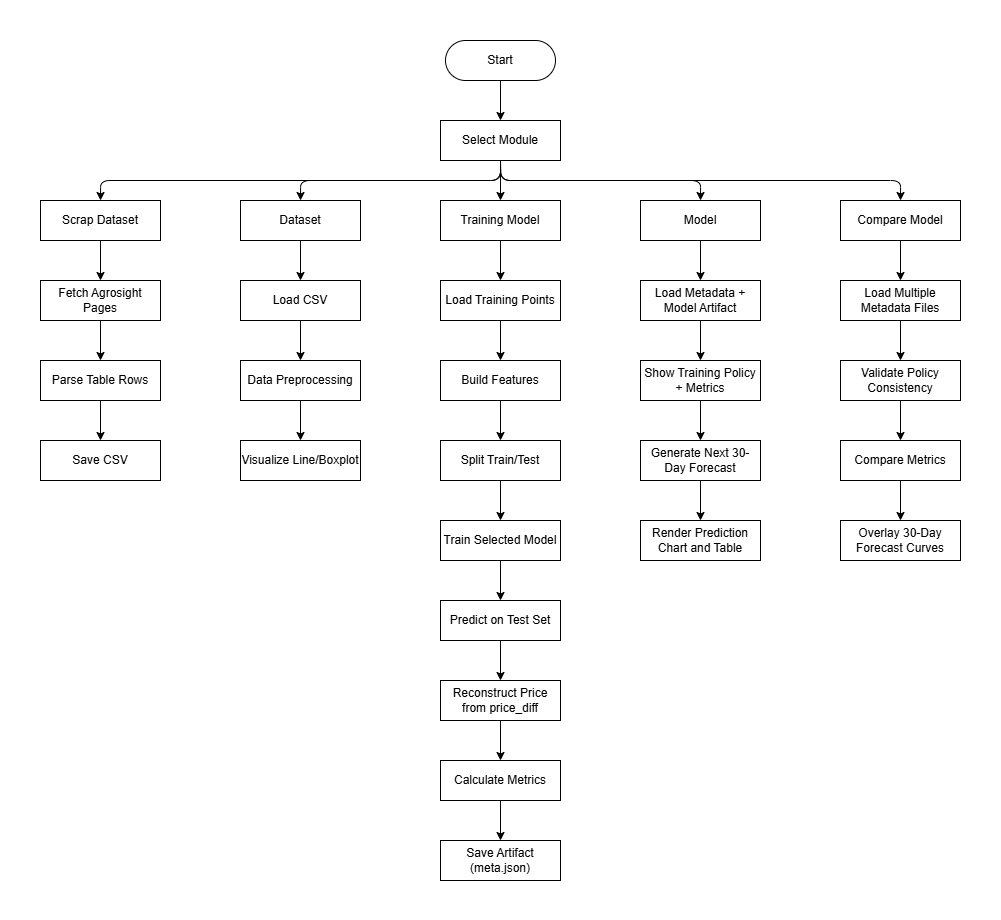
Before: system_documents/system_flow.png, a diagram exported from draw.io (aung-khantkyaw/crop-price-prediction). Source tidied: cells renumbered, new cells last; positions are measured from the earlier drawing's top-left corner, leaving out a move shared by most shapes. Its diagram source:
```xml
<mxGraphModel>
  <root>
    <mxCell id="0" />
    <mxCell id="1" parent="0" />
    <mxCell id="2" style="rounded=0;whiteSpace=wrap;html=1;strokeColor=none;" parent="1" vertex="1">
      <mxGeometry width="1000" height="920" as="geometry" />
    </mxCell>
    <mxCell id="3" value="Start" style="rounded=1;whiteSpace=wrap;html=1;arcSize=50;" parent="1" vertex="1">
      <mxGeometry x="445" y="40" width="110" height="40" as="geometry" />
    </mxCell>
    <mxCell id="4" value="Select Module" style="rounded=0;whiteSpace=wrap;html=1;" parent="1" vertex="1">
      <mxGeometry x="440" y="120" width="120" height="40" as="geometry" />
    </mxCell>
    <mxCell id="5" style="endArrow=classic;html=1;exitX=0.5;exitY=1;exitDx=0;exitDy=0;entryX=0.5;entryY=0;entryDx=0;entryDy=0;" parent="1" edge="1" source="3" target="4">
      <mxGeometry relative="1" as="geometry" />
    </mxCell>
    <mxCell id="6" value="Training Model" style="rounded=0;whiteSpace=wrap;html=1;" parent="1" vertex="1">
      <mxGeometry x="440" y="200" width="120" height="40" as="geometry" />
    </mxCell>
    <mxCell id="7" value="Dataset" style="rounded=0;whiteSpace=wrap;html=1;" parent="1" vertex="1">
      <mxGeometry x="240" y="200" width="120" height="40" as="geometry" />
    </mxCell>
    <mxCell id="8" value="Model" style="rounded=0;whiteSpace=wrap;html=1;" parent="1" vertex="1">
      <mxGeometry x="640" y="200" width="120" height="40" as="geometry" />
    </mxCell>
    <mxCell id="9" value="Compare Model" style="rounded=0;whiteSpace=wrap;html=1;" parent="1" vertex="1">
      <mxGeometry x="840" y="200" width="120" height="40" as="geometry" />
    </mxCell>
    <mxCell id="10" value="Scrap Dataset" style="rounded=0;whiteSpace=wrap;html=1;" parent="1" vertex="1">
      <mxGeometry x="40" y="200" width="120" height="40" as="geometry" />
    </mxCell>
    <mxCell id="11" style="endArrow=classic;html=1;exitX=0.5;exitY=1;exitDx=0;exitDy=0;entryX=0.5;entryY=0;entryDx=0;entryDy=0;edgeStyle=orthogonalEdgeStyle;" parent="1" edge="1" source="4" target="10">
      <mxGeometry relative="1" as="geometry" />
    </mxCell>
    <mxCell id="12" style="endArrow=classic;html=1;exitX=0.5;exitY=1;exitDx=0;exitDy=0;entryX=0.5;entryY=0;entryDx=0;entryDy=0;edgeStyle=orthogonalEdgeStyle;" parent="1" edge="1" source="4" target="7">
      <mxGeometry relative="1" as="geometry" />
    </mxCell>
    <mxCell id="13" style="endArrow=classic;html=1;exitX=0.5;exitY=1;exitDx=0;exitDy=0;entryX=0.5;entryY=0;entryDx=0;entryDy=0;edgeStyle=orthogonalEdgeStyle;" parent="1" edge="1" source="4" target="6">
      <mxGeometry relative="1" as="geometry" />
    </mxCell>
    <mxCell id="14" style="endArrow=classic;html=1;exitX=0.5;exitY=1;exitDx=0;exitDy=0;entryX=0.5;entryY=0;entryDx=0;entryDy=0;edgeStyle=orthogonalEdgeStyle;" parent="1" edge="1" source="4" target="8">
      <mxGeometry relative="1" as="geometry" />
    </mxCell>
    <mxCell id="15" style="endArrow=classic;html=1;exitX=0.5;exitY=1;exitDx=0;exitDy=0;entryX=0.5;entryY=0;entryDx=0;entryDy=0;edgeStyle=orthogonalEdgeStyle;" parent="1" edge="1" source="4" target="9">
      <mxGeometry relative="1" as="geometry" />
    </mxCell>
    <mxCell id="16" value="Fetch Agrosight Pages" style="rounded=0;whiteSpace=wrap;html=1;" parent="1" vertex="1">
      <mxGeometry x="40" y="280" width="120" height="40" as="geometry" />
    </mxCell>
    <mxCell id="17" value="Parse Table Rows" style="rounded=0;whiteSpace=wrap;html=1;" parent="1" vertex="1">
      <mxGeometry x="40" y="360" width="120" height="40" as="geometry" />
    </mxCell>
    <mxCell id="18" value="Save CSV" style="rounded=0;whiteSpace=wrap;html=1;" parent="1" vertex="1">
      <mxGeometry x="40" y="440" width="120" height="40" as="geometry" />
    </mxCell>
    <mxCell id="19" value="Load CSV&lt;span style=&quot;font-family: monospace; font-size: 0px; text-align: start; text-wrap-mode: nowrap;&quot;&gt;%3CmxGraphModel%3E%3Croot%3E%3CmxCell%20id%3D%220%22%2F%3E%3CmxCell%20id%3D%221%22%20parent%3D%220%22%2F%3E%3CmxCell%20id%3D%222%22%20value%3D%22Save%20CSV%22%20style%3D%22rounded%3D0%3BwhiteSpace%3Dwrap%3Bhtml%3D1%3B%22%20vertex%3D%221%22%20parent%3D%221%22%3E%3CmxGeometry%20y%3D%22640%22%20width%3D%22120%22%20height%3D%2240%22%20as%3D%22geometry%22%2F%3E%3C%2FmxCell%3E%3C%2Froot%3E%3C%2FmxGraphModel%3E&lt;/span&gt;" style="rounded=0;whiteSpace=wrap;html=1;" parent="1" vertex="1">
      <mxGeometry x="240" y="280" width="120" height="40" as="geometry" />
    </mxCell>
    <mxCell id="20" value="Data Preprocessing" style="rounded=0;whiteSpace=wrap;html=1;" parent="1" vertex="1">
      <mxGeometry x="240" y="360" width="120" height="40" as="geometry" />
    </mxCell>
    <mxCell id="21" value="Visualize Line/Boxplot" style="rounded=0;whiteSpace=wrap;html=1;" parent="1" vertex="1">
      <mxGeometry x="240" y="440" width="120" height="40" as="geometry" />
    </mxCell>
    <mxCell id="22" value="Load Training Points" style="rounded=0;whiteSpace=wrap;html=1;" parent="1" vertex="1">
      <mxGeometry x="440" y="280" width="120" height="40" as="geometry" />
    </mxCell>
    <mxCell id="23" value="Build Features" style="rounded=0;whiteSpace=wrap;html=1;" parent="1" vertex="1">
      <mxGeometry x="440" y="360" width="120" height="40" as="geometry" />
    </mxCell>
    <mxCell id="24" value="Split Train/Test" style="rounded=0;whiteSpace=wrap;html=1;" parent="1" vertex="1">
      <mxGeometry x="440" y="440" width="120" height="40" as="geometry" />
    </mxCell>
    <mxCell id="25" value="Train Selected Model" style="rounded=0;whiteSpace=wrap;html=1;" parent="1" vertex="1">
      <mxGeometry x="440" y="520" width="120" height="40" as="geometry" />
    </mxCell>
    <mxCell id="26" value="Predict on Test Set" style="rounded=0;whiteSpace=wrap;html=1;" parent="1" vertex="1">
      <mxGeometry x="440" y="600" width="120" height="40" as="geometry" />
    </mxCell>
    <mxCell id="27" value="Reconstruct Price from price_diff" style="rounded=0;whiteSpace=wrap;html=1;" parent="1" vertex="1">
      <mxGeometry x="440" y="680" width="120" height="40" as="geometry" />
    </mxCell>
    <mxCell id="28" value="Calculate Metrics" style="rounded=0;whiteSpace=wrap;html=1;" parent="1" vertex="1">
      <mxGeometry x="440" y="760" width="120" height="40" as="geometry" />
    </mxCell>
    <mxCell id="29" value="Save Artifact (meta.json)" style="rounded=0;whiteSpace=wrap;html=1;" parent="1" vertex="1">
      <mxGeometry x="440" y="840" width="120" height="40" as="geometry" />
    </mxCell>
    <mxCell id="30" value="Load Metadata + Model Artifact" style="rounded=0;whiteSpace=wrap;html=1;" parent="1" vertex="1">
      <mxGeometry x="640" y="280" width="120" height="40" as="geometry" />
    </mxCell>
    <mxCell id="31" value="Show Training Policy + Metrics" style="rounded=0;whiteSpace=wrap;html=1;" parent="1" vertex="1">
      <mxGeometry x="640" y="360" width="120" height="40" as="geometry" />
    </mxCell>
    <mxCell id="32" value="Generate Next 30-Day Forecast" style="rounded=0;whiteSpace=wrap;html=1;" parent="1" vertex="1">
      <mxGeometry x="640" y="440" width="120" height="40" as="geometry" />
    </mxCell>
    <mxCell id="33" value="Render Prediction Chart and Table" style="rounded=0;whiteSpace=wrap;html=1;" parent="1" vertex="1">
      <mxGeometry x="640" y="520" width="120" height="40" as="geometry" />
    </mxCell>
    <mxCell id="34" value="Load Multiple Metadata Files" style="rounded=0;whiteSpace=wrap;html=1;" parent="1" vertex="1">
      <mxGeometry x="840" y="280" width="120" height="40" as="geometry" />
    </mxCell>
    <mxCell id="35" value="Validate Policy Consistency" style="rounded=0;whiteSpace=wrap;html=1;" parent="1" vertex="1">
      <mxGeometry x="840" y="360" width="120" height="40" as="geometry" />
    </mxCell>
    <mxCell id="36" value="Compare Metrics" style="rounded=0;whiteSpace=wrap;html=1;" parent="1" vertex="1">
      <mxGeometry x="840" y="440" width="120" height="40" as="geometry" />
    </mxCell>
    <mxCell id="37" value="Overlay 30-Day Forecast Curves" style="rounded=0;whiteSpace=wrap;html=1;" parent="1" vertex="1">
      <mxGeometry x="840" y="520" width="120" height="40" as="geometry" />
    </mxCell>
    <mxCell id="38" style="endArrow=classic;html=1;exitX=0.5;exitY=1;exitDx=0;exitDy=0;entryX=0.5;entryY=0;entryDx=0;entryDy=0;" parent="1" edge="1" source="10" target="16">
      <mxGeometry relative="1" as="geometry" />
    </mxCell>
    <mxCell id="39" style="endArrow=classic;html=1;exitX=0.5;exitY=1;exitDx=0;exitDy=0;entryX=0.5;entryY=0;entryDx=0;entryDy=0;" parent="1" edge="1" source="7" target="19">
      <mxGeometry relative="1" as="geometry" />
    </mxCell>
    <mxCell id="40" style="endArrow=classic;html=1;exitX=0.5;exitY=1;exitDx=0;exitDy=0;" parent="1" edge="1" source="6" target="22">
      <mxGeometry relative="1" as="geometry" />
    </mxCell>
    <mxCell id="41" style="endArrow=classic;html=1;exitX=0.5;exitY=1;exitDx=0;exitDy=0;entryX=0.5;entryY=0;entryDx=0;entryDy=0;" parent="1" edge="1" source="16" target="17">
      <mxGeometry relative="1" as="geometry" />
    </mxCell>
    <mxCell id="42" style="endArrow=classic;html=1;exitX=0.5;exitY=1;exitDx=0;exitDy=0;" parent="1" edge="1" source="19" target="20">
      <mxGeometry relative="1" as="geometry" />
    </mxCell>
    <mxCell id="43" style="endArrow=classic;html=1;exitX=0.5;exitY=1;exitDx=0;exitDy=0;" parent="1" edge="1" source="22" target="23">
      <mxGeometry relative="1" as="geometry" />
    </mxCell>
    <mxCell id="44" style="endArrow=classic;html=1;exitX=0.5;exitY=1;exitDx=0;exitDy=0;" parent="1" edge="1" source="17" target="18">
      <mxGeometry relative="1" as="geometry" />
    </mxCell>
    <mxCell id="45" style="endArrow=classic;html=1;exitX=0.5;exitY=1;exitDx=0;exitDy=0;entryX=0.5;entryY=0;entryDx=0;entryDy=0;" parent="1" edge="1" source="20" target="21">
      <mxGeometry relative="1" as="geometry" />
    </mxCell>
    <mxCell id="46" style="endArrow=classic;html=1;exitX=0.5;exitY=1;exitDx=0;exitDy=0;" parent="1" edge="1" source="23" target="24">
      <mxGeometry relative="1" as="geometry" />
    </mxCell>
    <mxCell id="47" style="endArrow=classic;html=1;exitX=0.5;exitY=1;exitDx=0;exitDy=0;entryX=0.5;entryY=0;entryDx=0;entryDy=0;" parent="1" edge="1" source="24" target="25">
      <mxGeometry relative="1" as="geometry" />
    </mxCell>
    <mxCell id="48" style="endArrow=classic;html=1;exitX=0.5;exitY=1;exitDx=0;exitDy=0;entryX=0.5;entryY=0;entryDx=0;entryDy=0;" parent="1" edge="1" source="25" target="26">
      <mxGeometry relative="1" as="geometry" />
    </mxCell>
    <mxCell id="49" style="endArrow=classic;html=1;exitX=0.5;exitY=1;exitDx=0;exitDy=0;entryX=0.5;entryY=0;entryDx=0;entryDy=0;" parent="1" edge="1" source="26" target="27">
      <mxGeometry relative="1" as="geometry" />
    </mxCell>
    <mxCell id="50" style="endArrow=classic;html=1;exitX=0.5;exitY=1;exitDx=0;exitDy=0;entryX=0.5;entryY=0;entryDx=0;entryDy=0;" parent="1" edge="1" source="27" target="28">
      <mxGeometry relative="1" as="geometry" />
    </mxCell>
    <mxCell id="51" style="endArrow=classic;html=1;entryX=0.5;entryY=0;entryDx=0;entryDy=0;exitX=0.5;exitY=1;exitDx=0;exitDy=0;" parent="1" edge="1" source="28" target="29">
      <mxGeometry relative="1" as="geometry" />
    </mxCell>
    <mxCell id="52" style="endArrow=classic;html=1;exitX=0.5;exitY=1;exitDx=0;exitDy=0;" parent="1" edge="1" source="32" target="33">
      <mxGeometry relative="1" as="geometry" />
    </mxCell>
    <mxCell id="53" style="endArrow=classic;html=1;exitX=0.5;exitY=1;exitDx=0;exitDy=0;" parent="1" edge="1" source="31">
      <mxGeometry relative="1" as="geometry">
        <mxPoint x="700" y="440" as="targetPoint" />
      </mxGeometry>
    </mxCell>
    <mxCell id="54" style="endArrow=classic;html=1;exitX=0.5;exitY=1;exitDx=0;exitDy=0;entryX=0.5;entryY=0;entryDx=0;entryDy=0;" parent="1" edge="1" source="30" target="31">
      <mxGeometry relative="1" as="geometry" />
    </mxCell>
    <mxCell id="55" style="endArrow=classic;html=1;exitX=0.5;exitY=1;exitDx=0;exitDy=0;" parent="1" edge="1" source="8" target="30">
      <mxGeometry relative="1" as="geometry" />
    </mxCell>
    <mxCell id="56" style="endArrow=classic;html=1;exitX=0.5;exitY=1;exitDx=0;exitDy=0;entryX=0.5;entryY=0;entryDx=0;entryDy=0;" parent="1" edge="1" source="9" target="34">
      <mxGeometry relative="1" as="geometry" />
    </mxCell>
    <mxCell id="57" style="endArrow=classic;html=1;exitX=0.5;exitY=1;exitDx=0;exitDy=0;" parent="1" edge="1" source="34" target="35">
      <mxGeometry relative="1" as="geometry" />
    </mxCell>
    <mxCell id="58" style="endArrow=classic;html=1;exitX=0.5;exitY=1;exitDx=0;exitDy=0;entryX=0.5;entryY=0;entryDx=0;entryDy=0;" parent="1" edge="1" source="35" target="36">
      <mxGeometry relative="1" as="geometry" />
    </mxCell>
    <mxCell id="59" style="endArrow=classic;html=1;exitX=0.5;exitY=1;exitDx=0;exitDy=0;entryX=0.5;entryY=0;entryDx=0;entryDy=0;" parent="1" edge="1" source="36" target="37">
      <mxGeometry relative="1" as="geometry" />
    </mxCell>
  </root>
</mxGraphModel>
```
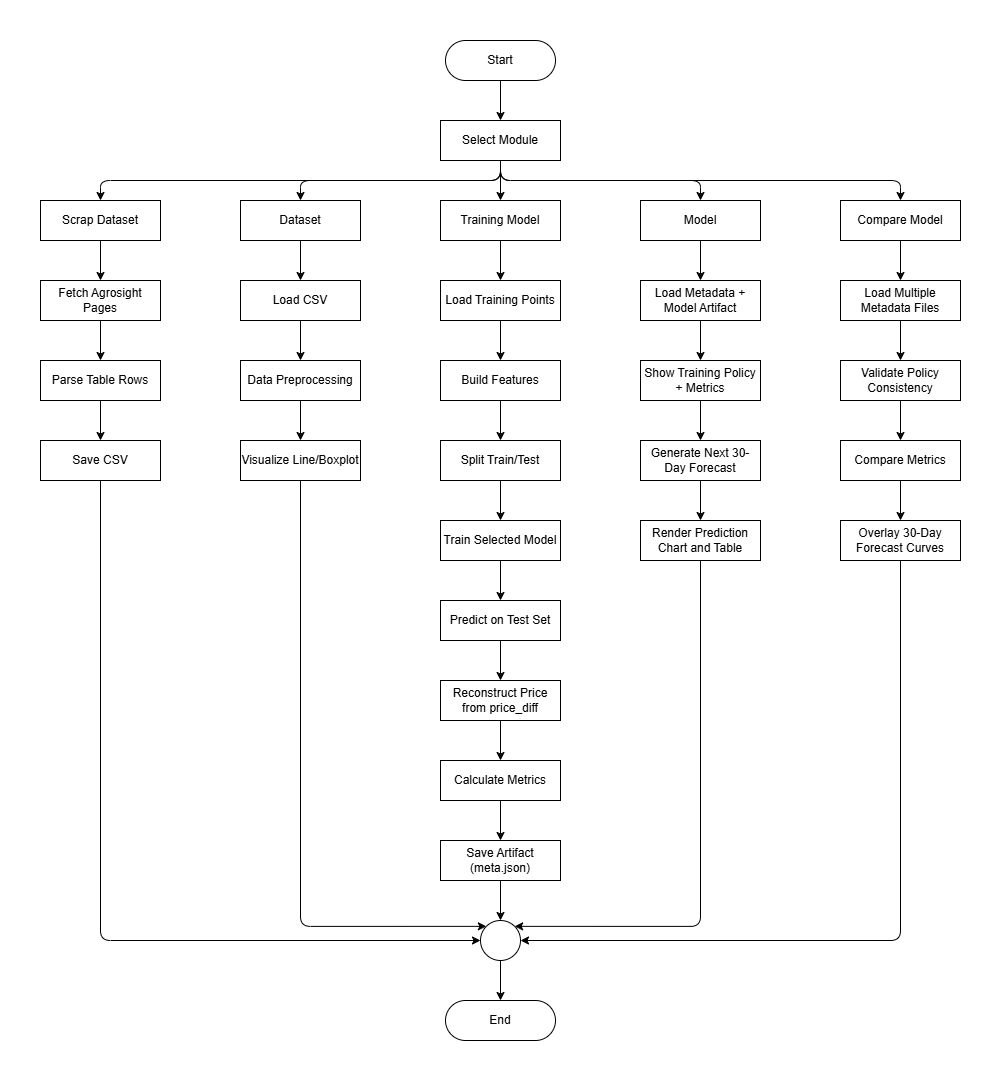
After the change.

Commit message:
Refactor system flow diagram and update training model logic

The edit, as a diff of the source:
```diff
@@ -3,7 +3,7 @@
     <mxCell id="0" />
     <mxCell id="1" parent="0" />
     <mxCell id="2" style="rounded=0;whiteSpace=wrap;html=1;strokeColor=none;" parent="1" vertex="1">
-      <mxGeometry width="1000" height="920" as="geometry" />
+      <mxGeometry width="1000" height="1080" as="geometry" />
     </mxCell>
     <mxCell id="3" value="Start" style="rounded=1;whiteSpace=wrap;html=1;arcSize=50;" parent="1" vertex="1">
       <mxGeometry x="445" y="40" width="110" height="40" as="geometry" />
@@ -178,5 +178,39 @@
     <mxCell id="59" style="endArrow=classic;html=1;exitX=0.5;exitY=1;exitDx=0;exitDy=0;entryX=0.5;entryY=0;entryDx=0;entryDy=0;" parent="1" edge="1" source="36" target="37">
       <mxGeometry relative="1" as="geometry" />
     </mxCell>
+    <mxCell id="60" value="End" style="rounded=1;whiteSpace=wrap;html=1;arcSize=50;" parent="1" vertex="1">
+      <mxGeometry x="445" y="1000" width="110" height="40" as="geometry" />
+    </mxCell>
+    <mxCell id="61" style="ellipse;whiteSpace=wrap;html=1;" parent="1" vertex="1">
+      <mxGeometry x="480" y="920" width="40" height="40" as="geometry" />
+    </mxCell>
+    <mxCell id="62" style="endArrow=classic;html=1;exitX=0.5;exitY=1;exitDx=0;exitDy=0;" parent="1" edge="1" source="29" target="61">
+      <mxGeometry relative="1" as="geometry" />
+    </mxCell>
+    <mxCell id="63" style="endArrow=classic;html=1;" parent="1" edge="1" target="60">
+      <mxGeometry relative="1" as="geometry">
+        <mxPoint x="500" y="960" as="sourcePoint" />
+      </mxGeometry>
+    </mxCell>
+    <mxCell id="64" style="endArrow=classic;html=1;exitX=0.5;exitY=1;exitDx=0;exitDy=0;entryX=0;entryY=0.5;entryDx=0;entryDy=0;edgeStyle=orthogonalEdgeStyle;" parent="1" edge="1" source="18" target="61">
+      <mxGeometry relative="1" as="geometry" />
+    </mxCell>
+    <mxCell id="65" style="endArrow=classic;html=1;exitX=0.5;exitY=1;exitDx=0;exitDy=0;entryX=0;entryY=0;entryDx=0;entryDy=0;edgeStyle=orthogonalEdgeStyle;" parent="1" edge="1" source="21" target="61">
+      <mxGeometry relative="1" as="geometry">
+        <Array as="points">
+          <mxPoint x="300" y="926" />
+        </Array>
+      </mxGeometry>
+    </mxCell>
+    <mxCell id="66" style="endArrow=classic;html=1;exitX=0.5;exitY=1;exitDx=0;exitDy=0;entryX=1;entryY=0;entryDx=0;entryDy=0;edgeStyle=orthogonalEdgeStyle;" parent="1" edge="1" source="33" target="61">
+      <mxGeometry relative="1" as="geometry">
+        <Array as="points">
+          <mxPoint x="700" y="926" />
+        </Array>
+      </mxGeometry>
+    </mxCell>
+    <mxCell id="67" style="endArrow=classic;html=1;exitX=0.5;exitY=1;exitDx=0;exitDy=0;entryX=1;entryY=0.5;entryDx=0;entryDy=0;edgeStyle=orthogonalEdgeStyle;" parent="1" edge="1" source="37" target="61">
+      <mxGeometry relative="1" as="geometry" />
+    </mxCell>
   </root>
 </mxGraphModel>
```
